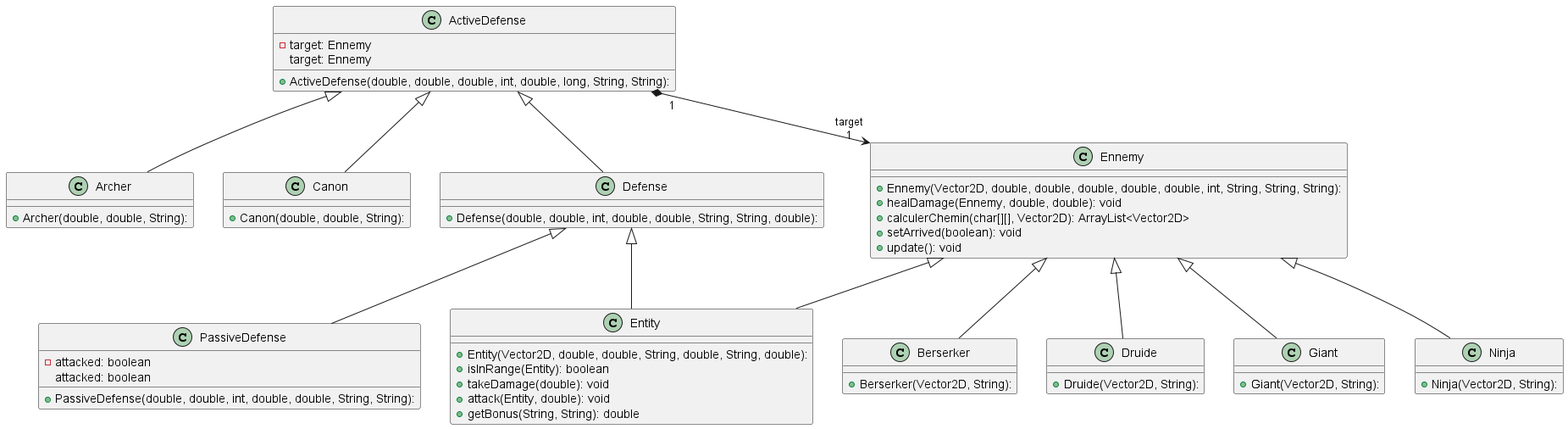
Above: Documents/08_Iteration_7/Images_diagrammes/diagrammeClasseEntites.png in ED54000/Projet_Tutore_RA-IL2_BOURDON_BORTOLOTTI_ROTH_DUCHENE (PlantUML), before the change. The source it was exported from:
```plantuml
@startuml


class ActiveDefense {
  + ActiveDefense(double, double, double, int, double, long, String, String):
  - target: Ennemy
   target: Ennemy
}
class Archer {
  + Archer(double, double, String):
}
class Berserker {
  + Berserker(Vector2D, String):
}
class Canon {
  + Canon(double, double, String):
}
class Defense {
  + Defense(double, double, int, double, double, String, String, double):
}
class Druide {
  + Druide(Vector2D, String):
}
class Ennemy {
  + Ennemy(Vector2D, double, double, double, double, double, int, String, String, String):
  + healDamage(Ennemy, double, double): void
  + calculerChemin(char[][], Vector2D): ArrayList<Vector2D>
  + setArrived(boolean): void
  + update(): void
}
class Entity {
  + Entity(Vector2D, double, double, String, double, String, double):
  + isInRange(Entity): boolean
  + takeDamage(double): void
  + attack(Entity, double): void
  + getBonus(String, String): double

}
class Giant {
  + Giant(Vector2D, String):
}
class Ninja {
  + Ninja(Vector2D, String):
}
class PassiveDefense {
  + PassiveDefense(double, double, int, double, double, String, String):
  - attacked: boolean
   attacked: boolean
}

Defense         ^--  Entity
ActiveDefense   ^--  Defense
ActiveDefense  "1" *--> "target\n1" Ennemy
ActiveDefense ^-- Archer
Ennemy         ^--  Entity
Ennemy          ^-- Berserker
ActiveDefense ^-- Canon
Ennemy          ^-- Druide
Ennemy          ^-- Giant
Ennemy          ^-- Ninja
Defense         ^-- PassiveDefense
@enduml
```
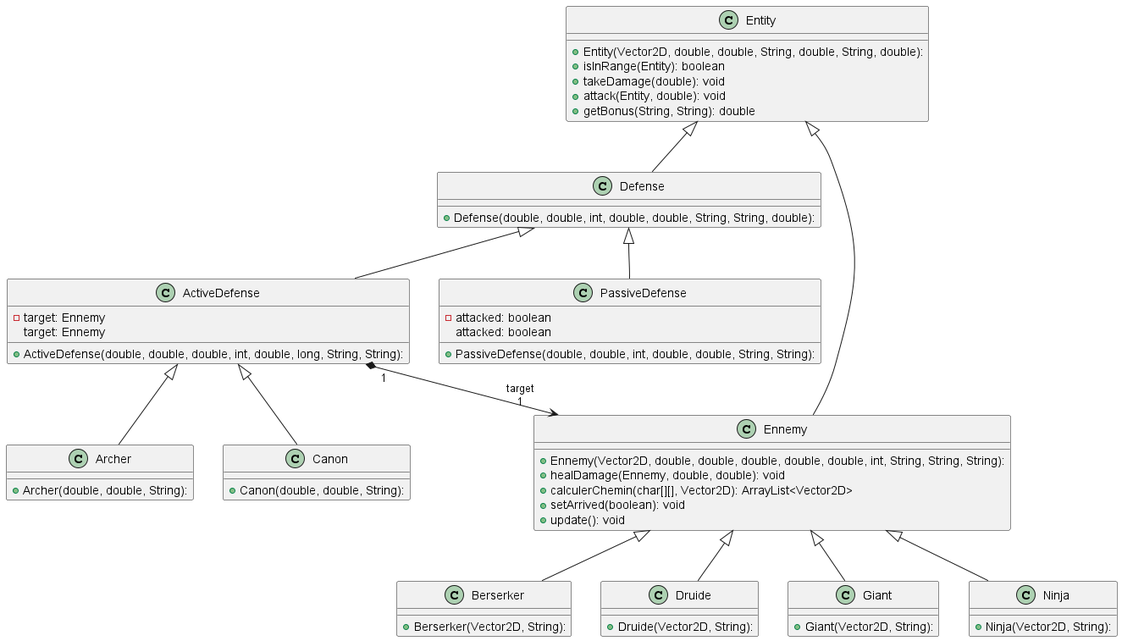
The same file after the commit.

Commit message:
Modif diagramme

The edit, as a diff of the source:
```diff
@@ -48,11 +48,11 @@
    attacked: boolean
 }
 
-Defense         ^--  Entity
-ActiveDefense   ^--  Defense
+Entity       ^--     Defense
+Defense   ^--  ActiveDefense
 ActiveDefense  "1" *--> "target\n1" Ennemy
 ActiveDefense ^-- Archer
-Ennemy         ^--  Entity
+Entity      ^--  Ennemy
 Ennemy          ^-- Berserker
 ActiveDefense ^-- Canon
 Ennemy          ^-- Druide
```
